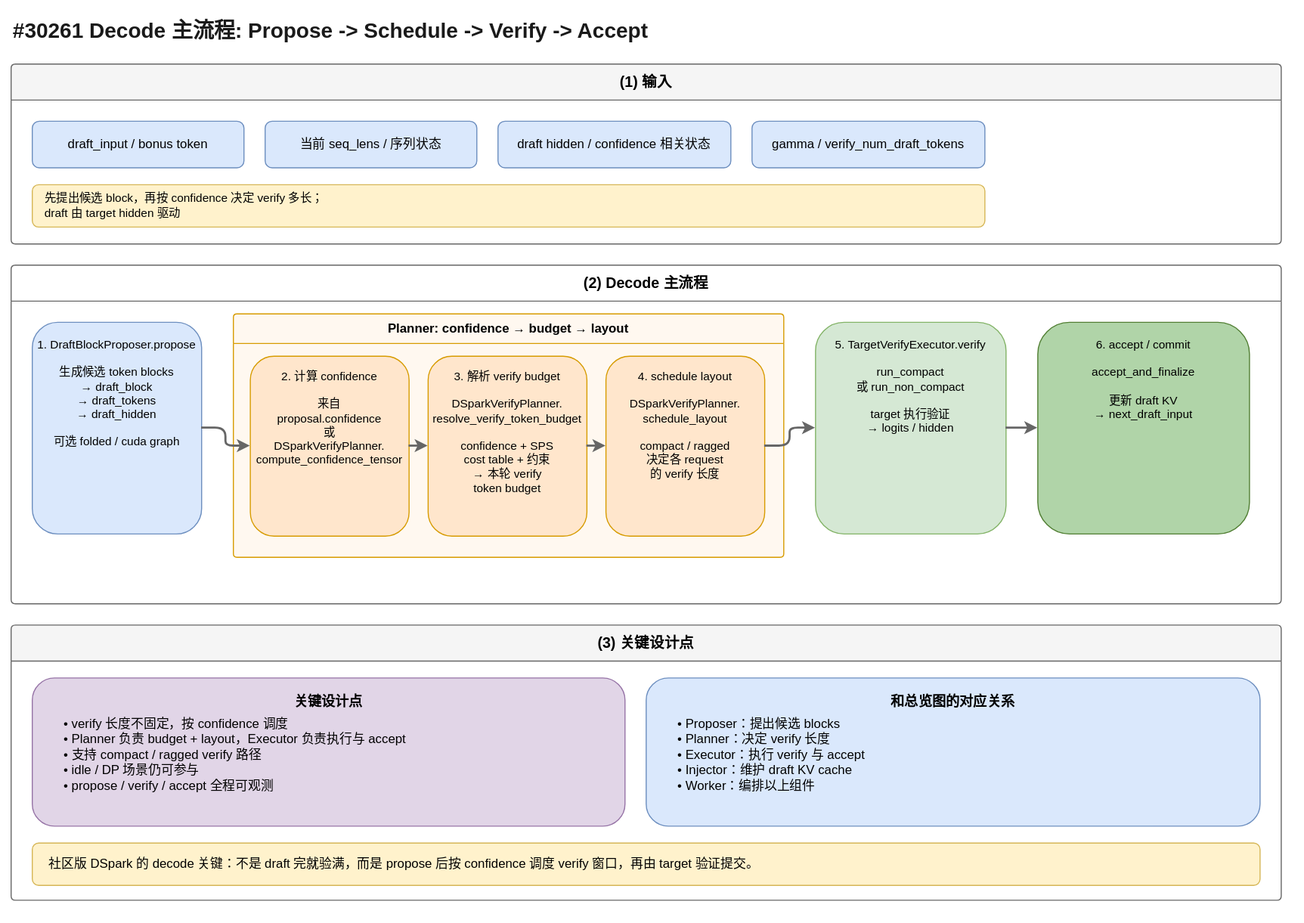
Before: artifacts/dspark-decode-main-flow.svg, a diagram exported from draw.io (learning-sketch/drawio-skill). Source tidied: cells renumbered, new cells last; positions are measured from the earlier drawing's top-left corner, leaving out a move shared by most shapes.
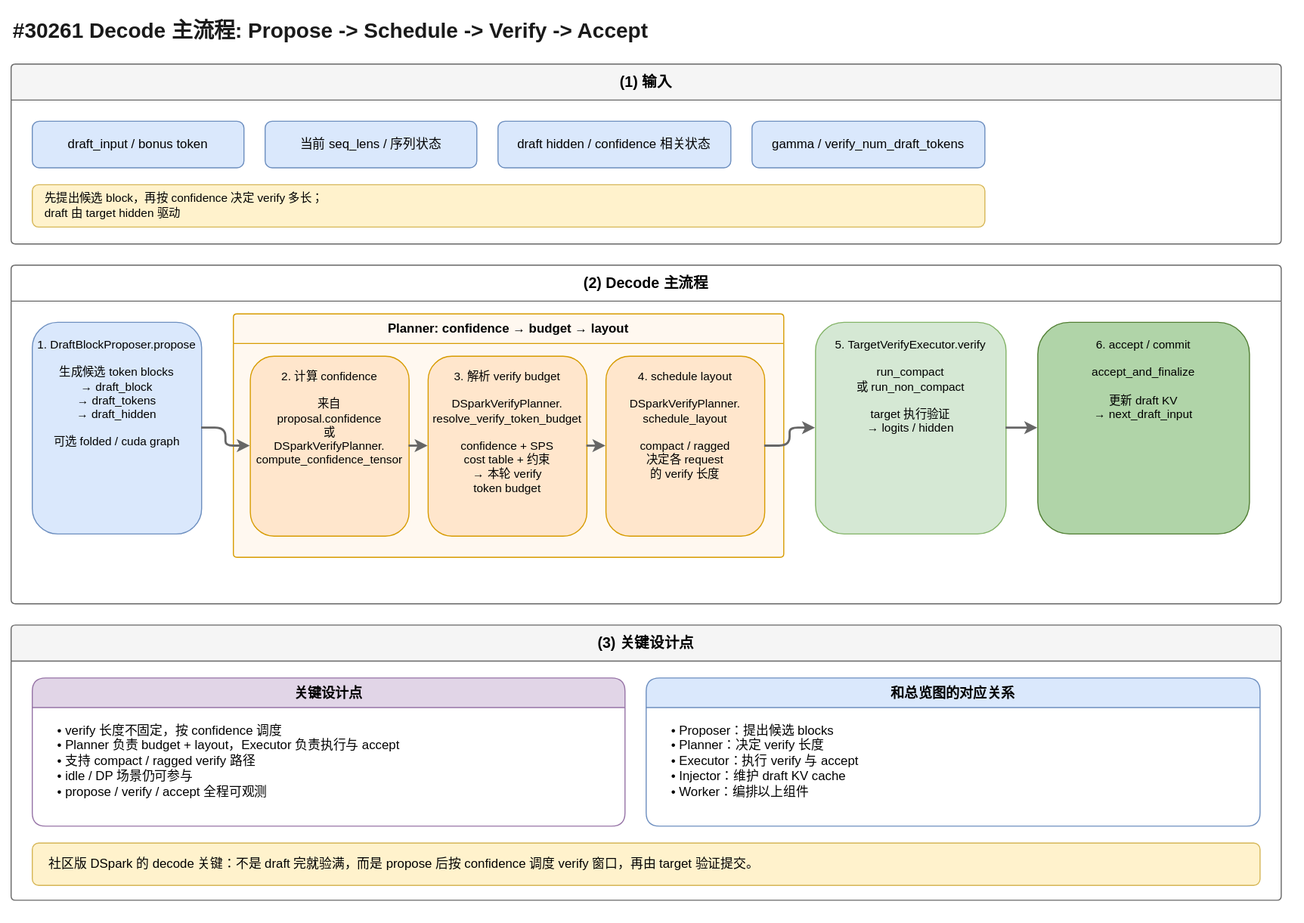
The same diagram one commit later.

Diff of the diagram source:
```diff
@@ -65,17 +65,17 @@
     <mxCell id="22" value="(3) 关键设计点" style="swimlane;startSize=34;fillColor=#f5f5f5;strokeColor=#666666;fontStyle=1;fontSize=14;rounded=1;arcSize=4;whiteSpace=wrap;html=1;" parent="1" vertex="1">
       <mxGeometry y="580" width="1200" height="260" as="geometry" />
     </mxCell>
-    <mxCell id="23" value="关键设计点" style="rounded=1;whiteSpace=wrap;html=1;fillColor=#e1d5e7;strokeColor=#9673a6;fontStyle=1;fontSize=13;align=center;verticalAlign=top;spacingTop=8;" parent="22" vertex="1">
+    <mxCell id="23" value="关键设计点" style="swimlane;startSize=28;fillColor=#e1d5e7;strokeColor=#9673a6;fontStyle=1;fontSize=13;rounded=1;whiteSpace=wrap;html=1;" parent="22" vertex="1">
       <mxGeometry x="20" y="50" width="560" height="140" as="geometry" />
     </mxCell>
-    <mxCell id="24" value="• verify 长度不固定，按 confidence 调度&#10;• Planner 负责 budget + layout，Executor 负责执行与 accept&#10;• 支持 compact / ragged verify 路径&#10;• idle / DP 场景仍可参与&#10;• propose / verify / accept 全程可观测" style="text;html=1;align=left;verticalAlign=top;spacingLeft=12;fontSize=12;whiteSpace=wrap;" parent="22" vertex="1">
-      <mxGeometry x="36" y="80" width="528" height="100" as="geometry" />
+    <mxCell id="24" value="• verify 长度不固定，按 confidence 调度&#10;• Planner 负责 budget + layout，Executor 负责执行与 accept&#10;• 支持 compact / ragged verify 路径&#10;• idle / DP 场景仍可参与&#10;• propose / verify / accept 全程可观测" style="text;html=1;align=left;verticalAlign=top;spacingLeft=10;fontSize=12;whiteSpace=wrap;" parent="23" vertex="1">
+      <mxGeometry x="12" y="36" width="536" height="92" as="geometry" />
     </mxCell>
-    <mxCell id="25" value="和总览图的对应关系" style="rounded=1;whiteSpace=wrap;html=1;fillColor=#dae8fc;strokeColor=#6c8ebf;fontStyle=1;fontSize=13;align=center;verticalAlign=top;spacingTop=8;" parent="22" vertex="1">
+    <mxCell id="25" value="和总览图的对应关系" style="swimlane;startSize=28;fillColor=#dae8fc;strokeColor=#6c8ebf;fontStyle=1;fontSize=13;rounded=1;whiteSpace=wrap;html=1;" parent="22" vertex="1">
       <mxGeometry x="600" y="50" width="580" height="140" as="geometry" />
     </mxCell>
-    <mxCell id="26" value="• Proposer：提出候选 blocks&#10;• Planner：决定 verify 长度&#10;• Executor：执行 verify 与 accept&#10;• Injector：维护 draft KV cache&#10;• Worker：编排以上组件" style="text;html=1;align=left;verticalAlign=top;spacingLeft=12;fontSize=12;whiteSpace=wrap;" parent="22" vertex="1">
-      <mxGeometry x="616" y="80" width="548" height="100" as="geometry" />
+    <mxCell id="26" value="• Proposer：提出候选 blocks&#10;• Planner：决定 verify 长度&#10;• Executor：执行 verify 与 accept&#10;• Injector：维护 draft KV cache&#10;• Worker：编排以上组件" style="text;html=1;align=left;verticalAlign=top;spacingLeft=10;fontSize=12;whiteSpace=wrap;" parent="25" vertex="1">
+      <mxGeometry x="12" y="36" width="556" height="92" as="geometry" />
     </mxCell>
     <mxCell id="27" value="社区版 DSpark 的 decode 关键：不是 draft 完就验满，而是 propose 后按 confidence 调度 verify 窗口，再由 target 验证提交。" style="rounded=1;whiteSpace=wrap;html=1;fillColor=#fff2cc;strokeColor=#d6b656;align=left;spacingLeft=14;spacingRight=12;fontSize=12;verticalAlign=middle;" parent="22" vertex="1">
       <mxGeometry x="20" y="206" width="1160" height="40" as="geometry" />
```
